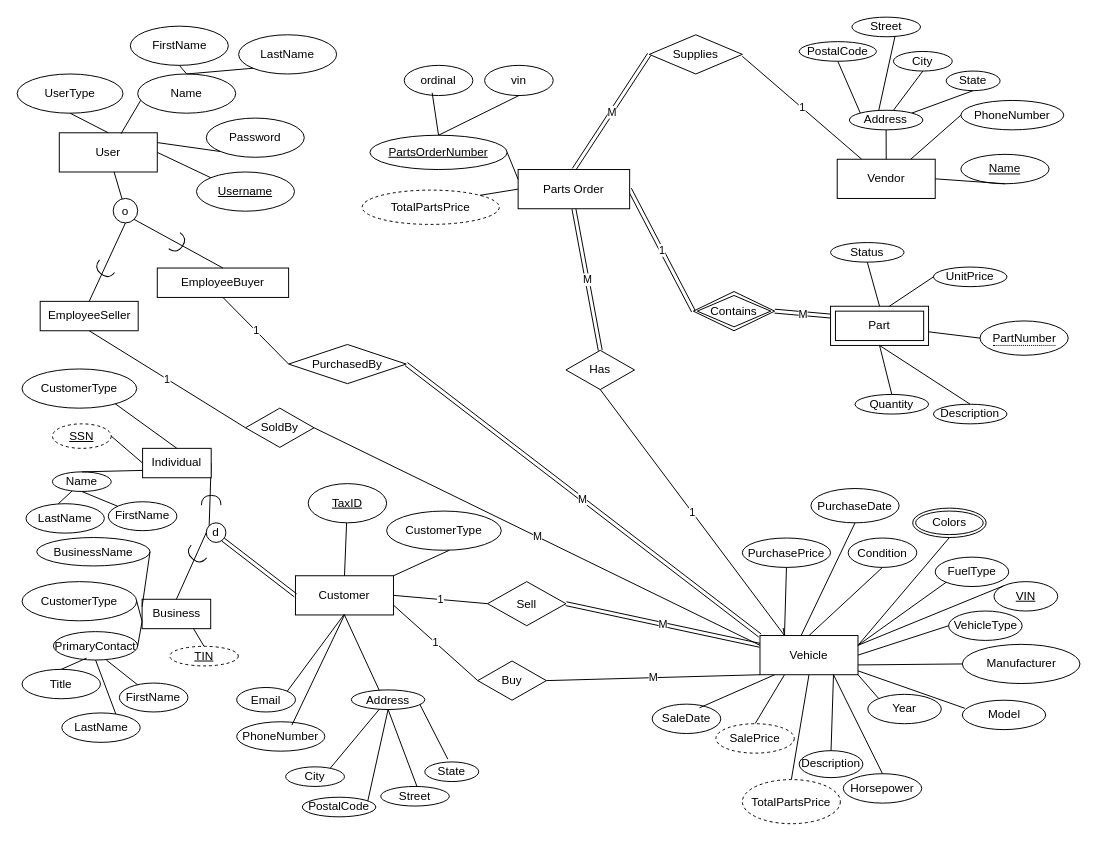
Earlier version of the draw.io diagram Phase_2/team006_p2_eer.drawio (rkang427/autodb). Source tidied: cells renumbered, new cells numbered last; positions are measured from the earlier drawing's top-left corner, leaving out a move shared by most shapes. Both pictures are drawn from the tidied source at 98%, with x=0, y=0 at pixel (17, 17).
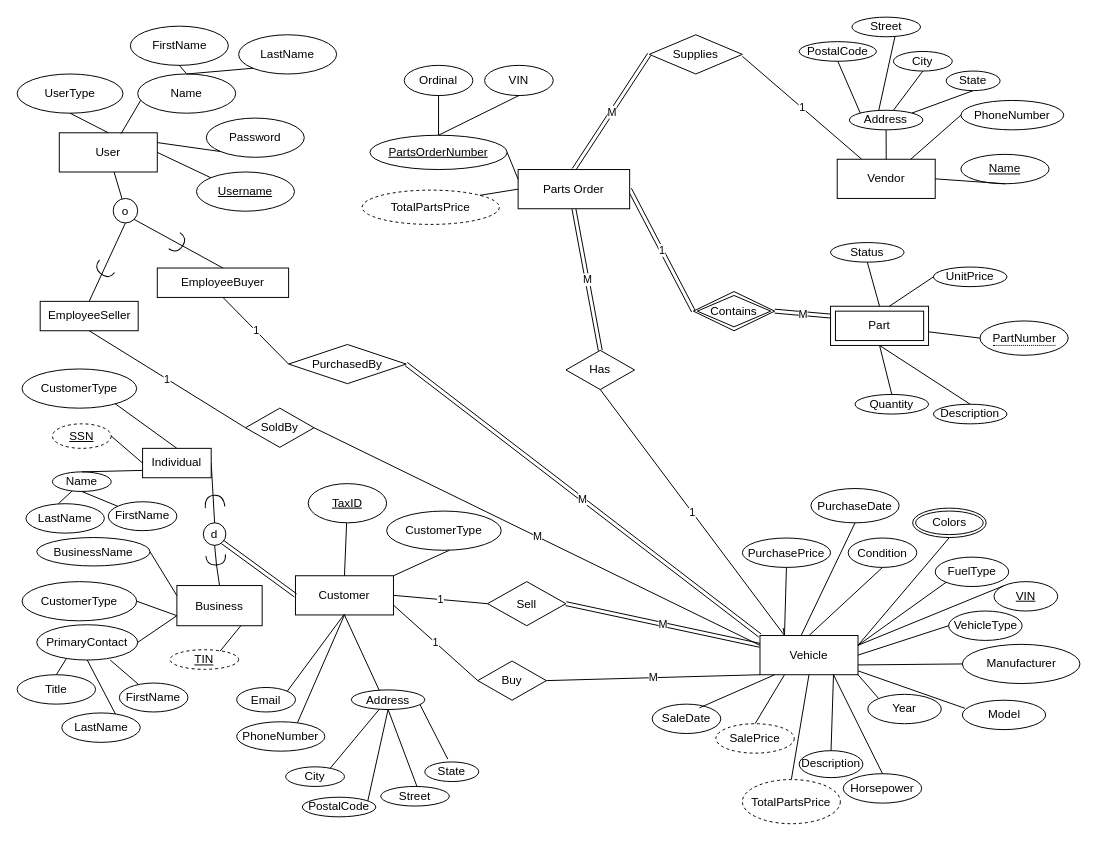
After the change.

Unchanged cells that the change refers to:
```xml
<mxCell id="6" value="Customer" style="whiteSpace=wrap;html=1;align=center;" parent="1" vertex="1">
  <mxGeometry x="284" y="570" width="100" height="40" as="geometry" />
</mxCell>
<mxCell id="54" value="PhoneNumber" style="ellipse;whiteSpace=wrap;html=1;align=center;" parent="1" vertex="1">
  <mxGeometry x="224" y="719" width="90" height="30" as="geometry" />
</mxCell>
<mxCell id="142" value="Individual" style="whiteSpace=wrap;html=1;align=center;" parent="134" vertex="1">
  <mxGeometry x="115" y="16" width="70" height="30" as="geometry" />
</mxCell>
<mxCell id="145" value="FirstName" style="ellipse;whiteSpace=wrap;html=1;align=center;" parent="1" vertex="1">
  <mxGeometry x="104.3" y="679.5" width="70" height="29.5" as="geometry" />
</mxCell>
<mxCell id="151" value="&lt;u&gt;PartsOrderNumber&lt;/u&gt;" style="ellipse;whiteSpace=wrap;html=1;align=center;" parent="1" vertex="1">
  <mxGeometry x="360" y="120.5" width="140" height="35" as="geometry" />
</mxCell>
```

Change to the diagram source:
```diff
@@
-    <mxCell id="55" style="endArrow=none;html=1;rounded=0;entryX=0.626;entryY=0.115;entryDx=0;entryDy=0;exitX=0.5;exitY=1;exitDx=0;exitDy=0;entryPerimeter=0;" parent="1" edge="1" source="6" target="54">
+    <mxCell id="55" style="endArrow=none;html=1;rounded=0;entryX=0.689;entryY=0.033;entryDx=0;entryDy=0;exitX=0.5;exitY=1;exitDx=0;exitDy=0;entryPerimeter=0;" parent="1" edge="1" source="6" target="54">
       <mxGeometry relative="1" as="geometry" />
     </mxCell>
@@
     <mxCell id="62" value="Business" style="whiteSpace=wrap;html=1;align=center;" parent="1" vertex="1">
-      <mxGeometry x="127.5" y="594" width="70" height="30" as="geometry" />
+      <mxGeometry x="163" y="580" width="87" height="41" as="geometry" />
     </mxCell>
     <mxCell id="63" value="TIN" style="ellipse;whiteSpace=wrap;html=1;align=center;fontStyle=4;dashed=1;" parent="1" vertex="1">
-      <mxGeometry x="155.7" y="642" width="70" height="20" as="geometry" />
+      <mxGeometry x="156" y="645.5" width="70" height="20" as="geometry" />
     </mxCell>
-    <mxCell id="64" style="endArrow=none;html=1;rounded=0;exitX=0.5;exitY=0;exitDx=0;exitDy=0;entryX=0.75;entryY=1;entryDx=0;entryDy=0;" parent="1" edge="1" source="63" target="62">
+    <mxCell id="64" style="endArrow=none;html=1;rounded=0;exitX=0.729;exitY=0.075;exitDx=0;exitDy=0;entryX=0.75;entryY=1;entryDx=0;entryDy=0;exitPerimeter=0;" parent="1" edge="1" source="63" target="62">
       <mxGeometry relative="1" as="geometry" />
     </mxCell>
@@
     <mxCell id="66" value="PrimaryContact" style="ellipse;whiteSpace=wrap;html=1;align=center;" parent="1" vertex="1">
-      <mxGeometry x="37" y="627" width="86" height="29" as="geometry" />
+      <mxGeometry x="20" y="620" width="103" height="36" as="geometry" />
     </mxCell>
@@
     <mxCell id="69" value="d" style="ellipse;whiteSpace=wrap;html=1;" parent="1" vertex="1">
-      <mxGeometry x="193" y="516" width="20" height="20" as="geometry" />
+      <mxGeometry x="190" y="516" width="23" height="23" as="geometry" />
     </mxCell>
-    <mxCell id="70" style="endArrow=none;html=1;rounded=0;entryX=0.5;entryY=0;entryDx=0;entryDy=0;exitX=0;exitY=0.5;exitDx=0;exitDy=0;" parent="1" edge="1" source="69" target="62">
+    <mxCell id="70" style="endArrow=none;html=1;rounded=0;entryX=0.5;entryY=0;entryDx=0;entryDy=0;exitX=1;exitY=0.5;exitDx=0;exitDy=0;exitPerimeter=0;" parent="1" edge="1" source="168" target="62">
       <mxGeometry relative="1" as="geometry" />
     </mxCell>
-    <mxCell id="71" style="endArrow=none;html=1;rounded=0;exitX=0;exitY=0;exitDx=0;exitDy=0;entryX=1;entryY=0.5;entryDx=0;entryDy=0;" parent="1" edge="1" source="69" target="142">
+    <mxCell id="71" style="endArrow=none;html=1;rounded=0;exitX=0.5;exitY=0;exitDx=0;exitDy=0;entryX=1;entryY=0.5;entryDx=0;entryDy=0;" parent="1" edge="1" source="69" target="142">
       <mxGeometry relative="1" as="geometry" />
     </mxCell>
-    <mxCell id="72" style="shape=requiredInterface;html=1;verticalLabelPosition=bottom;sketch=0;rotation=-90;" parent="1" vertex="1">
-      <mxGeometry x="193" y="483" width="10" height="20" as="geometry" />
+    <mxCell id="72" style="shape=requiredInterface;html=1;verticalLabelPosition=bottom;sketch=0;rotation=-95;" parent="1" vertex="1">
+      <mxGeometry x="195.2" y="484.1" width="12.5" height="19.9" as="geometry" />
     </mxCell>
-    <mxCell id="73" style="shape=requiredInterface;html=1;verticalLabelPosition=bottom;sketch=0;rotation=-140;direction=north;" parent="1" vertex="1">
-      <mxGeometry x="172" y="544" width="20.5" height="10" as="geometry" />
-    </mxCell>
@@
     <mxCell id="147" value="Title" style="ellipse;whiteSpace=wrap;html=1;align=center;" parent="1" vertex="1">
-      <mxGeometry x="5" y="665.5" width="80" height="30" as="geometry" />
+      <mxGeometry y="671" width="80" height="30" as="geometry" />
     </mxCell>
-    <mxCell id="148" style="endArrow=none;html=1;rounded=0;entryX=0.628;entryY=1;entryDx=0;entryDy=0;entryPerimeter=0;" parent="1" edge="1" source="145" target="66">
+    <mxCell id="148" style="endArrow=none;html=1;rounded=0;entryX=0.728;entryY=1;entryDx=0;entryDy=0;entryPerimeter=0;" parent="1" edge="1" source="145" target="66">
       <mxGeometry relative="1" as="geometry" />
     </mxCell>
-    <mxCell id="149" style="endArrow=none;html=1;rounded=0;exitX=0.5;exitY=0;exitDx=0;exitDy=0;entryX=0.395;entryY=0.931;entryDx=0;entryDy=0;entryPerimeter=0;" parent="1" edge="1" source="147" target="66">
+    <mxCell id="149" style="endArrow=none;html=1;rounded=0;exitX=0.5;exitY=0;exitDx=0;exitDy=0;entryX=0.291;entryY=0.972;entryDx=0;entryDy=0;entryPerimeter=0;" parent="1" edge="1" source="147" target="66">
       <mxGeometry relative="1" as="geometry" />
     </mxCell>
@@
-    <mxCell id="161" value="vin" style="ellipse;whiteSpace=wrap;html=1;align=center;" parent="1" vertex="1">
+    <mxCell id="161" value="VIN" style="ellipse;whiteSpace=wrap;html=1;align=center;" parent="1" vertex="1">
       <mxGeometry x="477" y="49.2" width="70" height="30.8" as="geometry" />
     </mxCell>
@@
-    <mxCell id="163" value="ordinal" style="ellipse;whiteSpace=wrap;html=1;align=center;" parent="1" vertex="1">
+    <mxCell id="163" value="Ordinal" style="ellipse;whiteSpace=wrap;html=1;align=center;" parent="1" vertex="1">
       <mxGeometry x="395" y="49.2" width="70" height="30.8" as="geometry" />
     </mxCell>
-    <mxCell id="164" style="endArrow=none;html=1;rounded=0;exitX=0.407;exitY=0.907;exitDx=0;exitDy=0;exitPerimeter=0;entryX=0.5;entryY=0;entryDx=0;entryDy=0;" parent="1" edge="1" source="163" target="151">
+    <mxCell id="164" style="endArrow=none;html=1;rounded=0;exitX=0.5;exitY=1;exitDx=0;exitDy=0;entryX=0.5;entryY=0;entryDx=0;entryDy=0;" parent="1" edge="1" source="163" target="151">
       <mxGeometry relative="1" as="geometry" />
     </mxCell>
@@
+    <mxCell id="167" style="endArrow=none;html=1;rounded=0;entryX=1;entryY=0.5;entryDx=0;entryDy=0;exitX=0.5;exitY=1;exitDx=0;exitDy=0;entryPerimeter=0;" parent="1" edge="1" source="69" target="168">
+      <mxGeometry relative="1" as="geometry" />
+    </mxCell>
+    <mxCell id="168" style="shape=requiredInterface;html=1;verticalLabelPosition=bottom;sketch=0;rotation=85;" parent="1" vertex="1">
+      <mxGeometry x="198" y="544" width="10" height="20" as="geometry" />
+    </mxCell>
```
